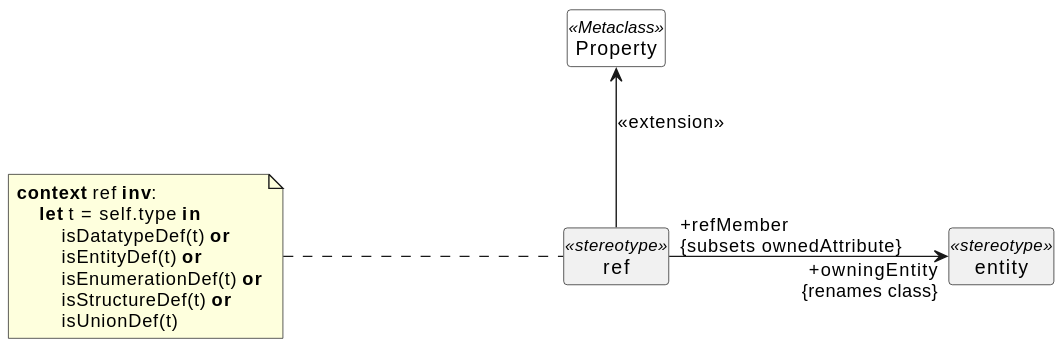
This is docs/uml-profile-ref-members.svg from sdm-lang/tree-sitter-sdml, a PlantUML export, as it was before one commit.
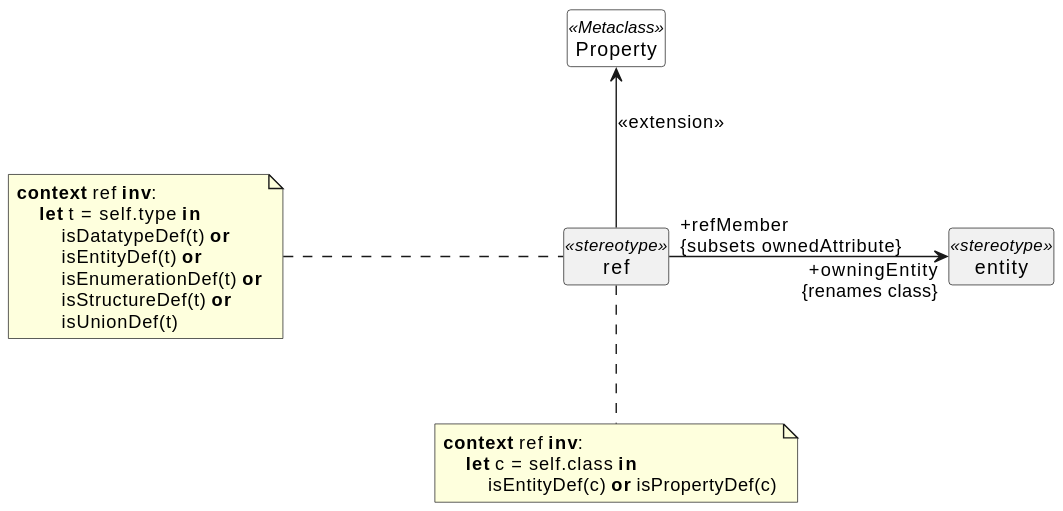
Above is the later version.

What changed in the source:
```diff
@@ -23,4 +23,10 @@
         isStructureDef(t) **or**
         isUnionDef(t)
 end note
+
+note bottom of ref
+**context** ref **inv**:
+    **let** c = self.class **in**
+        isEntityDef(c) **or** isPropertyDef(c)
+end note
 @enduml
```
